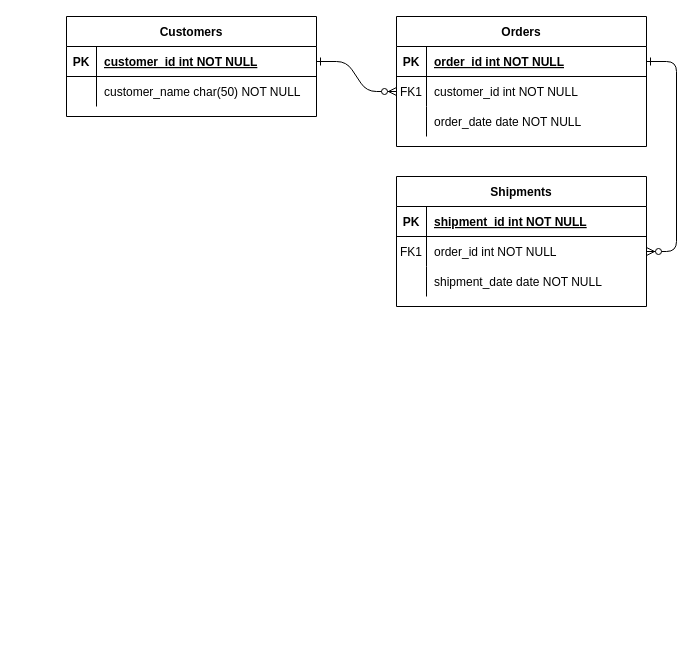
Earlier version of the draw.io diagram Untitled Diagram.drawio (xue-dada/erd). Source tidied: cells renumbered, new cells numbered last; positions are measured from the earlier drawing's top-left corner, leaving out a move shared by most shapes. Both pictures are drawn from the tidied source at 100%, with x=0, y=0 at pixel (66, 16).
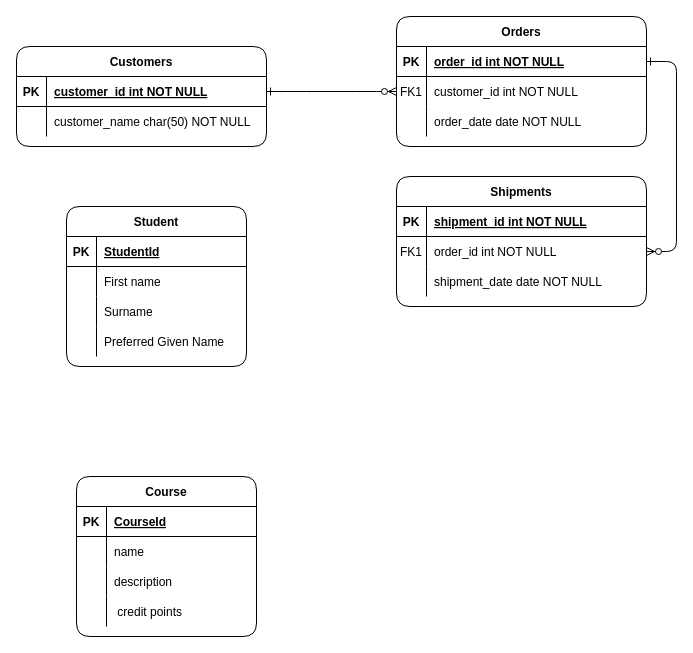
After the change.

What changed in the source:
```diff
@@
-    <mxCell id="2" style="edgeStyle=entityRelationEdgeStyle;endArrow=ERzeroToMany;startArrow=ERone;endFill=1;startFill=0;" parent="1" edge="1" source="25" target="8">
+    <mxCell id="2" style="edgeStyle=entityRelationEdgeStyle;endArrow=ERzeroToMany;startArrow=ERone;endFill=1;startFill=0;rounded=1;" parent="1" edge="1" source="25" target="8">
       <mxGeometry relative="1" as="geometry" />
     </mxCell>
-    <mxCell id="3" style="edgeStyle=entityRelationEdgeStyle;endArrow=ERzeroToMany;startArrow=ERone;endFill=1;startFill=0;" parent="1" edge="1" source="5" target="18">
+    <mxCell id="3" style="edgeStyle=entityRelationEdgeStyle;endArrow=ERzeroToMany;startArrow=ERone;endFill=1;startFill=0;rounded=1;" parent="1" edge="1" source="5" target="18">
       <mxGeometry relative="1" as="geometry" />
     </mxCell>
-    <mxCell id="4" value="Orders" style="shape=table;startSize=30;childLayout=tableLayout;rowLines=0;fontStyle=1;align=center;" parent="1" vertex="1">
+    <mxCell id="4" value="Orders" style="shape=table;startSize=30;childLayout=tableLayout;rowLines=0;fontStyle=1;align=center;rounded=1;" parent="1" vertex="1">
       <mxGeometry x="330" width="250" height="130" as="geometry" />
     </mxCell>
-    <mxCell id="5" style="shape=partialRectangle;fillColor=none;points=[[0,0.5],[1,0.5]];portConstraint=eastwest;top=0;left=0;right=0;bottom=1;" parent="4" vertex="1">
+    <mxCell id="5" style="shape=partialRectangle;fillColor=none;points=[[0,0.5],[1,0.5]];portConstraint=eastwest;top=0;left=0;right=0;bottom=1;rounded=1;" parent="4" vertex="1">
       <mxGeometry y="30" width="250" height="30" as="geometry" />
     </mxCell>
-    <mxCell id="6" value="PK" style="shape=partialRectangle;overflow=hidden;fillColor=none;top=0;left=0;bottom=0;right=0;fontStyle=1;" parent="5" vertex="1">
+    <mxCell id="6" value="PK" style="shape=partialRectangle;overflow=hidden;fillColor=none;top=0;left=0;bottom=0;right=0;fontStyle=1;rounded=1;" parent="5" vertex="1">
       <mxGeometry width="30" height="30" as="geometry" />
     </mxCell>
-    <mxCell id="7" value="order_id int NOT NULL " style="shape=partialRectangle;overflow=hidden;fillColor=none;top=0;left=0;bottom=0;right=0;align=left;spacingLeft=6;fontStyle=5;" parent="5" vertex="1">
+    <mxCell id="7" value="order_id int NOT NULL " style="shape=partialRectangle;overflow=hidden;fillColor=none;top=0;left=0;bottom=0;right=0;align=left;spacingLeft=6;fontStyle=5;rounded=1;" parent="5" vertex="1">
       <mxGeometry x="30" width="220" height="30" as="geometry" />
     </mxCell>
-    <mxCell id="8" style="shape=partialRectangle;fillColor=none;points=[[0,0.5],[1,0.5]];portConstraint=eastwest;top=0;left=0;right=0;bottom=0;" parent="4" vertex="1">
+    <mxCell id="8" style="shape=partialRectangle;fillColor=none;points=[[0,0.5],[1,0.5]];portConstraint=eastwest;top=0;left=0;right=0;bottom=0;rounded=1;" parent="4" vertex="1">
       <mxGeometry y="60" width="250" height="30" as="geometry" />
     </mxCell>
-    <mxCell id="9" value="FK1" style="shape=partialRectangle;overflow=hidden;fillColor=none;top=0;left=0;bottom=0;right=0;" parent="8" vertex="1">
+    <mxCell id="9" value="FK1" style="shape=partialRectangle;overflow=hidden;fillColor=none;top=0;left=0;bottom=0;right=0;rounded=1;" parent="8" vertex="1">
       <mxGeometry width="30" height="30" as="geometry" />
     </mxCell>
-    <mxCell id="10" value="customer_id int NOT NULL" style="shape=partialRectangle;overflow=hidden;fillColor=none;top=0;left=0;bottom=0;right=0;align=left;spacingLeft=6;" parent="8" vertex="1">
+    <mxCell id="10" value="customer_id int NOT NULL" style="shape=partialRectangle;overflow=hidden;fillColor=none;top=0;left=0;bottom=0;right=0;align=left;spacingLeft=6;rounded=1;" parent="8" vertex="1">
       <mxGeometry x="30" width="220" height="30" as="geometry" />
     </mxCell>
-    <mxCell id="11" style="shape=partialRectangle;fillColor=none;top=0;left=0;right=0;bottom=0;" parent="4" vertex="1">
+    <mxCell id="11" style="shape=partialRectangle;fillColor=none;top=0;left=0;right=0;bottom=0;rounded=1;" parent="4" vertex="1">
       <mxGeometry y="90" width="250" height="30" as="geometry" />
     </mxCell>
-    <mxCell id="12" style="shape=partialRectangle;overflow=hidden;fillColor=none;top=0;left=0;bottom=0;right=0;" parent="11" vertex="1">
+    <mxCell id="12" style="shape=partialRectangle;overflow=hidden;fillColor=none;top=0;left=0;bottom=0;right=0;rounded=1;" parent="11" vertex="1">
       <mxGeometry width="30" height="30" as="geometry" />
     </mxCell>
-    <mxCell id="13" value="order_date date NOT NULL" style="shape=partialRectangle;overflow=hidden;fillColor=none;top=0;left=0;bottom=0;right=0;align=left;spacingLeft=6;" parent="11" vertex="1">
+    <mxCell id="13" value="order_date date NOT NULL" style="shape=partialRectangle;overflow=hidden;fillColor=none;top=0;left=0;bottom=0;right=0;align=left;spacingLeft=6;rounded=1;" parent="11" vertex="1">
       <mxGeometry x="30" width="220" height="30" as="geometry" />
     </mxCell>
-    <mxCell id="14" value="Shipments" style="shape=table;startSize=30;childLayout=tableLayout;rowLines=0;fontStyle=1;align=center;" parent="1" vertex="1">
+    <mxCell id="14" value="Shipments" style="shape=table;startSize=30;childLayout=tableLayout;rowLines=0;fontStyle=1;align=center;rounded=1;" parent="1" vertex="1">
       <mxGeometry x="330" y="160" width="250" height="130" as="geometry" />
     </mxCell>
-    <mxCell id="15" style="shape=partialRectangle;fillColor=none;top=0;left=0;right=0;bottom=1;" parent="14" vertex="1">
+    <mxCell id="15" style="shape=partialRectangle;fillColor=none;top=0;left=0;right=0;bottom=1;rounded=1;" parent="14" vertex="1">
       <mxGeometry y="30" width="250" height="30" as="geometry" />
     </mxCell>
-    <mxCell id="16" value="PK" style="shape=partialRectangle;overflow=hidden;fillColor=none;top=0;left=0;bottom=0;right=0;fontStyle=1;" parent="15" vertex="1">
+    <mxCell id="16" value="PK" style="shape=partialRectangle;overflow=hidden;fillColor=none;top=0;left=0;bottom=0;right=0;fontStyle=1;rounded=1;" parent="15" vertex="1">
       <mxGeometry width="30" height="30" as="geometry" />
     </mxCell>
-    <mxCell id="17" value="shipment_id int NOT NULL " style="shape=partialRectangle;overflow=hidden;fillColor=none;top=0;left=0;bottom=0;right=0;align=left;spacingLeft=6;fontStyle=5;" parent="15" vertex="1">
+    <mxCell id="17" value="shipment_id int NOT NULL " style="shape=partialRectangle;overflow=hidden;fillColor=none;top=0;left=0;bottom=0;right=0;align=left;spacingLeft=6;fontStyle=5;rounded=1;" parent="15" vertex="1">
       <mxGeometry x="30" width="220" height="30" as="geometry" />
     </mxCell>
-    <mxCell id="18" style="shape=partialRectangle;fillColor=none;points=[[0,0.5],[1,0.5]];portConstraint=eastwest;top=0;left=0;right=0;bottom=0;" parent="14" vertex="1">
+    <mxCell id="18" style="shape=partialRectangle;fillColor=none;points=[[0,0.5],[1,0.5]];portConstraint=eastwest;top=0;left=0;right=0;bottom=0;rounded=1;" parent="14" vertex="1">
       <mxGeometry y="60" width="250" height="30" as="geometry" />
     </mxCell>
-    <mxCell id="19" value="FK1" style="shape=partialRectangle;overflow=hidden;fillColor=none;top=0;left=0;bottom=0;right=0;" parent="18" vertex="1">
+    <mxCell id="19" value="FK1" style="shape=partialRectangle;overflow=hidden;fillColor=none;top=0;left=0;bottom=0;right=0;rounded=1;" parent="18" vertex="1">
       <mxGeometry width="30" height="30" as="geometry" />
     </mxCell>
-    <mxCell id="20" value="order_id int NOT NULL" style="shape=partialRectangle;overflow=hidden;fillColor=none;top=0;left=0;bottom=0;right=0;align=left;spacingLeft=6;" parent="18" vertex="1">
+    <mxCell id="20" value="order_id int NOT NULL" style="shape=partialRectangle;overflow=hidden;fillColor=none;top=0;left=0;bottom=0;right=0;align=left;spacingLeft=6;rounded=1;" parent="18" vertex="1">
       <mxGeometry x="30" width="220" height="30" as="geometry" />
     </mxCell>
-    <mxCell id="21" style="shape=partialRectangle;fillColor=none;top=0;left=0;right=0;bottom=0;" parent="14" vertex="1">
+    <mxCell id="21" style="shape=partialRectangle;fillColor=none;top=0;left=0;right=0;bottom=0;rounded=1;" parent="14" vertex="1">
       <mxGeometry y="90" width="250" height="30" as="geometry" />
     </mxCell>
-    <mxCell id="22" style="shape=partialRectangle;overflow=hidden;fillColor=none;top=0;left=0;bottom=0;right=0;" parent="21" vertex="1">
+    <mxCell id="22" style="shape=partialRectangle;overflow=hidden;fillColor=none;top=0;left=0;bottom=0;right=0;rounded=1;" parent="21" vertex="1">
       <mxGeometry width="30" height="30" as="geometry" />
     </mxCell>
-    <mxCell id="23" value="shipment_date date NOT NULL" style="shape=partialRectangle;overflow=hidden;fillColor=none;top=0;left=0;bottom=0;right=0;align=left;spacingLeft=6;" parent="21" vertex="1">
+    <mxCell id="23" value="shipment_date date NOT NULL" style="shape=partialRectangle;overflow=hidden;fillColor=none;top=0;left=0;bottom=0;right=0;align=left;spacingLeft=6;rounded=1;" parent="21" vertex="1">
       <mxGeometry x="30" width="220" height="30" as="geometry" />
     </mxCell>
-    <mxCell id="24" value="Customers" style="shape=table;startSize=30;childLayout=tableLayout;rowLines=0;fontStyle=1;align=center;" parent="1" vertex="1">
-      <mxGeometry width="250" height="100" as="geometry" />
+    <mxCell id="24" value="Customers" style="shape=table;startSize=30;childLayout=tableLayout;rowLines=0;fontStyle=1;align=center;rounded=1;" parent="1" vertex="1">
+      <mxGeometry x="-50" y="30" width="250" height="100" as="geometry" />
     </mxCell>
-    <mxCell id="25" style="shape=partialRectangle;fillColor=none;points=[[0,0.5],[1,0.5]];portConstraint=eastwest;top=0;left=0;right=0;bottom=1;" parent="24" vertex="1">
+    <mxCell id="25" style="shape=partialRectangle;fillColor=none;points=[[0,0.5],[1,0.5]];portConstraint=eastwest;top=0;left=0;right=0;bottom=1;rounded=1;" parent="24" vertex="1">
       <mxGeometry y="30" width="250" height="30" as="geometry" />
     </mxCell>
-    <mxCell id="26" value="PK" style="shape=partialRectangle;overflow=hidden;fillColor=none;top=0;left=0;bottom=0;right=0;fontStyle=1;" parent="25" vertex="1">
+    <mxCell id="26" value="PK" style="shape=partialRectangle;overflow=hidden;fillColor=none;top=0;left=0;bottom=0;right=0;fontStyle=1;rounded=1;" parent="25" vertex="1">
       <mxGeometry width="30" height="30" as="geometry" />
     </mxCell>
-    <mxCell id="27" value="customer_id int NOT NULL " style="shape=partialRectangle;overflow=hidden;fillColor=none;top=0;left=0;bottom=0;right=0;align=left;spacingLeft=6;fontStyle=5;" parent="25" vertex="1">
+    <mxCell id="27" value="customer_id int NOT NULL " style="shape=partialRectangle;overflow=hidden;fillColor=none;top=0;left=0;bottom=0;right=0;align=left;spacingLeft=6;fontStyle=5;rounded=1;" parent="25" vertex="1">
       <mxGeometry x="30" width="220" height="30" as="geometry" />
     </mxCell>
-    <mxCell id="28" style="shape=partialRectangle;fillColor=none;top=0;left=0;right=0;bottom=0;" parent="24" vertex="1">
+    <mxCell id="28" style="shape=partialRectangle;fillColor=none;top=0;left=0;right=0;bottom=0;rounded=1;" parent="24" vertex="1">
       <mxGeometry y="60" width="250" height="30" as="geometry" />
     </mxCell>
-    <mxCell id="29" style="shape=partialRectangle;overflow=hidden;fillColor=none;top=0;left=0;bottom=0;right=0;" parent="28" vertex="1">
+    <mxCell id="29" style="shape=partialRectangle;overflow=hidden;fillColor=none;top=0;left=0;bottom=0;right=0;rounded=1;" parent="28" vertex="1">
       <mxGeometry width="30" height="30" as="geometry" />
     </mxCell>
-    <mxCell id="30" value="customer_name char(50) NOT NULL" style="shape=partialRectangle;overflow=hidden;fillColor=none;top=0;left=0;bottom=0;right=0;align=left;spacingLeft=6;" parent="28" vertex="1">
+    <mxCell id="30" value="customer_name char(50) NOT NULL" style="shape=partialRectangle;overflow=hidden;fillColor=none;top=0;left=0;bottom=0;right=0;align=left;spacingLeft=6;rounded=1;" parent="28" vertex="1">
       <mxGeometry x="30" width="220" height="30" as="geometry" />
     </mxCell>
+    <mxCell id="31" value="Student" style="shape=table;startSize=30;childLayout=tableLayout;rowLines=0;fontStyle=1;align=center;rounded=1;" parent="1" vertex="1">
+      <mxGeometry y="190" width="180" height="160" as="geometry" />
+    </mxCell>
+    <mxCell id="32" style="shape=tableRow;horizontal=0;startSize=0;swimlaneHead=0;swimlaneBody=0;fillColor=none;top=0;left=0;right=0;bottom=1;rounded=1;" parent="31" vertex="1">
+      <mxGeometry y="30" width="180" height="30" as="geometry" />
+    </mxCell>
+    <mxCell id="33" value="PK" style="shape=partialRectangle;fillColor=none;top=0;left=0;bottom=0;right=0;fontStyle=1;overflow=hidden;rounded=1;" parent="32" vertex="1">
+      <mxGeometry width="30" height="30" as="geometry" />
+    </mxCell>
+    <mxCell id="34" value="StudentId" style="shape=partialRectangle;fillColor=none;top=0;left=0;bottom=0;right=0;align=left;spacingLeft=6;fontStyle=5;overflow=hidden;rounded=1;" parent="32" vertex="1">
+      <mxGeometry x="30" width="150" height="30" as="geometry" />
+    </mxCell>
+    <mxCell id="35" style="shape=tableRow;horizontal=0;startSize=0;swimlaneHead=0;swimlaneBody=0;fillColor=none;top=0;left=0;right=0;bottom=0;rounded=1;" parent="31" vertex="1">
+      <mxGeometry y="60" width="180" height="30" as="geometry" />
+    </mxCell>
+    <mxCell id="36" style="shape=partialRectangle;fillColor=none;top=0;left=0;bottom=0;right=0;overflow=hidden;rounded=1;" parent="35" vertex="1">
+      <mxGeometry width="30" height="30" as="geometry" />
+    </mxCell>
+    <mxCell id="37" value="First name" style="shape=partialRectangle;fillColor=none;top=0;left=0;bottom=0;right=0;align=left;spacingLeft=6;overflow=hidden;rounded=1;" parent="35" vertex="1">
+      <mxGeometry x="30" width="150" height="30" as="geometry" />
+    </mxCell>
+    <mxCell id="38" style="shape=tableRow;horizontal=0;startSize=0;swimlaneHead=0;swimlaneBody=0;fillColor=none;top=0;left=0;right=0;bottom=0;rounded=1;" parent="31" vertex="1">
+      <mxGeometry y="90" width="180" height="30" as="geometry" />
+    </mxCell>
+    <mxCell id="39" style="shape=partialRectangle;fillColor=none;top=0;left=0;bottom=0;right=0;overflow=hidden;rounded=1;" parent="38" vertex="1">
+      <mxGeometry width="30" height="30" as="geometry" />
+    </mxCell>
+    <mxCell id="40" value="Surname" style="shape=partialRectangle;fillColor=none;top=0;left=0;bottom=0;right=0;align=left;spacingLeft=6;overflow=hidden;rounded=1;" parent="38" vertex="1">
+      <mxGeometry x="30" width="150" height="30" as="geometry" />
+    </mxCell>
+    <mxCell id="41" style="shape=tableRow;horizontal=0;startSize=0;swimlaneHead=0;swimlaneBody=0;fillColor=none;top=0;left=0;right=0;bottom=0;rounded=1;" parent="31" vertex="1">
+      <mxGeometry y="120" width="180" height="30" as="geometry" />
+    </mxCell>
+    <mxCell id="42" style="shape=partialRectangle;fillColor=none;top=0;left=0;bottom=0;right=0;overflow=hidden;rounded=1;" parent="41" vertex="1">
+      <mxGeometry width="30" height="30" as="geometry" />
+    </mxCell>
+    <mxCell id="43" value="Preferred Given Name" style="shape=partialRectangle;fillColor=none;top=0;left=0;bottom=0;right=0;align=left;spacingLeft=6;overflow=hidden;rounded=1;" parent="41" vertex="1">
+      <mxGeometry x="30" width="150" height="30" as="geometry" />
+    </mxCell>
+    <mxCell id="44" value="Course" style="shape=table;startSize=30;childLayout=tableLayout;rowLines=0;fontStyle=1;align=center;rounded=1;" parent="1" vertex="1">
+      <mxGeometry x="10" y="460" width="180" height="160" as="geometry" />
+    </mxCell>
+    <mxCell id="45" style="shape=tableRow;horizontal=0;startSize=0;swimlaneHead=0;swimlaneBody=0;fillColor=none;top=0;left=0;right=0;bottom=1;rounded=1;" parent="44" vertex="1">
+      <mxGeometry y="30" width="180" height="30" as="geometry" />
+    </mxCell>
+    <mxCell id="46" value="PK" style="shape=partialRectangle;fillColor=none;top=0;left=0;bottom=0;right=0;fontStyle=1;overflow=hidden;rounded=1;" parent="45" vertex="1">
+      <mxGeometry width="30" height="30" as="geometry" />
+    </mxCell>
+    <mxCell id="47" value="CourseId" style="shape=partialRectangle;fillColor=none;top=0;left=0;bottom=0;right=0;align=left;spacingLeft=6;fontStyle=5;overflow=hidden;rounded=1;" parent="45" vertex="1">
+      <mxGeometry x="30" width="150" height="30" as="geometry" />
+    </mxCell>
+    <mxCell id="48" style="shape=tableRow;horizontal=0;startSize=0;swimlaneHead=0;swimlaneBody=0;fillColor=none;top=0;left=0;right=0;bottom=0;rounded=1;" parent="44" vertex="1">
+      <mxGeometry y="60" width="180" height="30" as="geometry" />
+    </mxCell>
+    <mxCell id="49" style="shape=partialRectangle;fillColor=none;top=0;left=0;bottom=0;right=0;overflow=hidden;rounded=1;" parent="48" vertex="1">
+      <mxGeometry width="30" height="30" as="geometry" />
+    </mxCell>
+    <mxCell id="50" value="name" style="shape=partialRectangle;fillColor=none;top=0;left=0;bottom=0;right=0;align=left;spacingLeft=6;overflow=hidden;rounded=1;" parent="48" vertex="1">
+      <mxGeometry x="30" width="150" height="30" as="geometry" />
+    </mxCell>
+    <mxCell id="51" style="shape=tableRow;horizontal=0;startSize=0;swimlaneHead=0;swimlaneBody=0;fillColor=none;top=0;left=0;right=0;bottom=0;rounded=1;" parent="44" vertex="1">
+      <mxGeometry y="90" width="180" height="30" as="geometry" />
+    </mxCell>
+    <mxCell id="52" style="shape=partialRectangle;fillColor=none;top=0;left=0;bottom=0;right=0;overflow=hidden;rounded=1;" parent="51" vertex="1">
+      <mxGeometry width="30" height="30" as="geometry" />
+    </mxCell>
+    <mxCell id="53" value="description" style="shape=partialRectangle;fillColor=none;top=0;left=0;bottom=0;right=0;align=left;spacingLeft=6;overflow=hidden;rounded=1;" parent="51" vertex="1">
+      <mxGeometry x="30" width="150" height="30" as="geometry" />
+    </mxCell>
+    <mxCell id="54" style="shape=tableRow;horizontal=0;startSize=0;swimlaneHead=0;swimlaneBody=0;fillColor=none;top=0;left=0;right=0;bottom=0;rounded=1;" parent="44" vertex="1">
+      <mxGeometry y="120" width="180" height="30" as="geometry" />
+    </mxCell>
+    <mxCell id="55" style="shape=partialRectangle;fillColor=none;top=0;left=0;bottom=0;right=0;overflow=hidden;rounded=1;" parent="54" vertex="1">
+      <mxGeometry width="30" height="30" as="geometry" />
+    </mxCell>
+    <mxCell id="56" value=" credit points" style="shape=partialRectangle;fillColor=none;top=0;left=0;bottom=0;right=0;align=left;spacingLeft=6;overflow=hidden;rounded=1;" parent="54" vertex="1">
+      <mxGeometry x="30" width="150" height="30" as="geometry" />
+    </mxCell>
```
